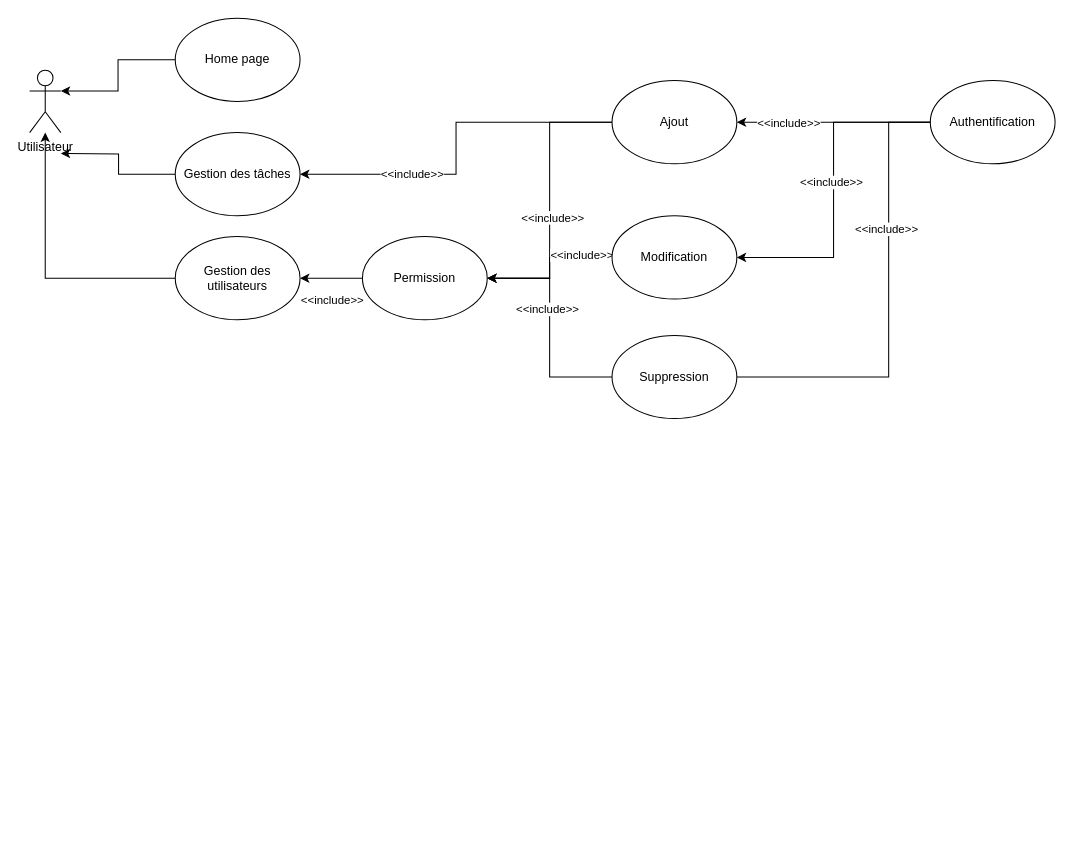
This is UML/cas-utilisation.drawio from Luca-OpenClassRooms/project_8, a draw.io file, before an edit. Source tidied: cells renumbered, new cells numbered last; positions are measured from the earlier drawing's top-left corner, leaving out a move shared by most shapes. Both pictures are drawn from the tidied source at 104%, with x=0, y=0 at pixel (29, 18).
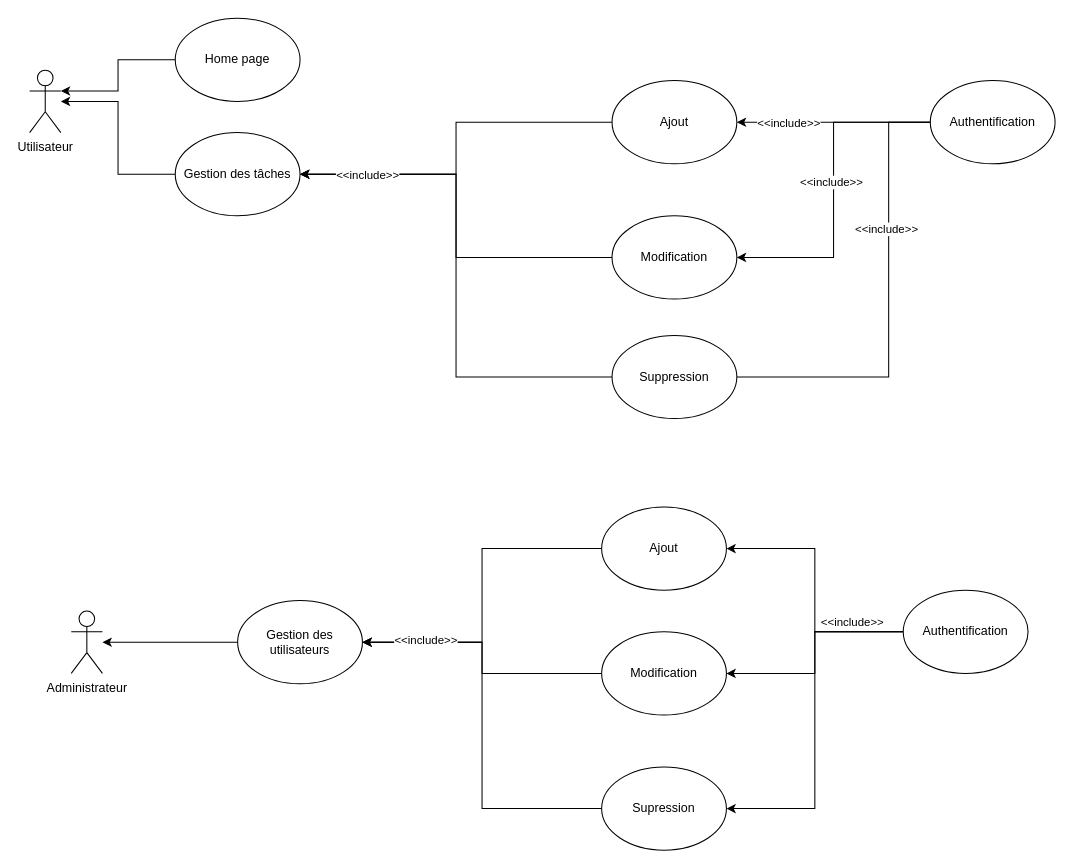
The same diagram, later.

The change refers to these unchanged cells:
```xml
<mxCell id="2" value="Utilisateur" style="shape=umlActor;verticalLabelPosition=bottom;verticalAlign=top;html=1;outlineConnect=0;" parent="1" vertex="1">
  <mxGeometry y="50" width="30" height="60" as="geometry" />
</mxCell>
<mxCell id="6" value="Gestion des tâches" style="ellipse;whiteSpace=wrap;html=1;" parent="1" vertex="1">
  <mxGeometry x="140" y="110" width="120" height="80" as="geometry" />
</mxCell>
<mxCell id="19" style="edgeStyle=orthogonalEdgeStyle;rounded=0;jettySize=auto;html=1;" parent="1" edge="1" source="21" target="6">
  <mxGeometry relative="1" as="geometry" />
</mxCell>
<mxCell id="21" value="Ajout" style="ellipse;whiteSpace=wrap;html=1;" parent="1" vertex="1">
  <mxGeometry x="560" y="60" width="120" height="80" as="geometry" />
</mxCell>
<mxCell id="24" value="Modification" style="ellipse;whiteSpace=wrap;html=1;" parent="1" vertex="1">
  <mxGeometry x="560" y="190" width="120" height="80" as="geometry" />
</mxCell>
<mxCell id="29" value="Suppression" style="ellipse;whiteSpace=wrap;html=1;" parent="1" vertex="1">
  <mxGeometry x="560" y="305" width="120" height="80" as="geometry" />
</mxCell>
```

Change to the diagram source:
```diff
@@
-    <mxCell id="5" style="edgeStyle=orthogonalEdgeStyle;rounded=0;jettySize=auto;html=1;" parent="1" edge="1" source="6">
-      <mxGeometry relative="1" as="geometry">
-        <mxPoint x="30" y="130" as="targetPoint" />
-      </mxGeometry>
+    <mxCell id="5" style="edgeStyle=orthogonalEdgeStyle;rounded=0;jettySize=auto;html=1;" parent="1" edge="1" source="6" target="2">
+      <mxGeometry relative="1" as="geometry" />
     </mxCell>
@@
-    <mxCell id="7" style="edgeStyle=orthogonalEdgeStyle;rounded=0;jettySize=auto;html=1;" parent="1" edge="1" source="8" target="2">
-      <mxGeometry relative="1" as="geometry" />
-    </mxCell>
+    <mxCell id="30" style="edgeStyle=orthogonalEdgeStyle;rounded=0;jettySize=auto;html=1;" parent="1" edge="1" source="8" target="34">
+      <mxGeometry relative="1" as="geometry" />
+    </mxCell>
     <mxCell id="8" value="Gestion des utilisateurs" style="ellipse;whiteSpace=wrap;html=1;" parent="1" vertex="1">
-      <mxGeometry x="140" y="210" width="120" height="80" as="geometry" />
+      <mxGeometry x="200" y="560" width="120" height="80" as="geometry" />
     </mxCell>
@@
-    <mxCell id="14" style="edgeStyle=orthogonalEdgeStyle;rounded=0;jettySize=auto;html=1;exitX=0;exitY=0.5;exitDx=0;exitDy=0;" parent="1" edge="1" source="16" target="8">
-      <mxGeometry relative="1" as="geometry" />
-    </mxCell>
-    <mxCell id="15" value="&amp;lt;&amp;lt;include&amp;gt;&amp;gt;" style="edgeLabel;html=1;align=center;verticalAlign=middle;" parent="14" vertex="1">
-      <mxGeometry x="0.2" y="3" relative="1" as="geometry">
-        <mxPoint x="6" y="17" as="offset" />
-      </mxGeometry>
-    </mxCell>
-    <mxCell id="16" value="Permission" style="ellipse;whiteSpace=wrap;html=1;" parent="1" vertex="1">
-      <mxGeometry x="320" y="210" width="120" height="80" as="geometry" />
-    </mxCell>
-    <mxCell id="17" style="edgeStyle=orthogonalEdgeStyle;rounded=0;jettySize=auto;html=1;entryX=1;entryY=0.5;entryDx=0;entryDy=0;" parent="1" edge="1" source="21" target="16">
-      <mxGeometry relative="1" as="geometry" />
-    </mxCell>
-    <mxCell id="18" value="&amp;lt;&amp;lt;include&amp;gt;&amp;gt;" style="edgeLabel;html=1;align=center;verticalAlign=middle;" parent="17" vertex="1">
-      <mxGeometry x="0.12" y="2" relative="1" as="geometry" />
-    </mxCell>
@@
-    <mxCell id="20" value="&amp;lt;&amp;lt;include&amp;gt;&amp;gt;" style="edgeLabel;html=1;align=center;verticalAlign=middle;" parent="19" vertex="1">
-      <mxGeometry x="0.39" y="-1" relative="1" as="geometry" />
-    </mxCell>
@@
-    <mxCell id="22" style="edgeStyle=orthogonalEdgeStyle;rounded=0;jettySize=auto;html=1;" parent="1" edge="1" source="24" target="16">
-      <mxGeometry relative="1" as="geometry" />
-    </mxCell>
-    <mxCell id="23" value="&amp;lt;&amp;lt;include&amp;gt;&amp;gt;" style="edgeLabel;html=1;align=center;verticalAlign=middle;" parent="22" vertex="1">
-      <mxGeometry x="-0.57" y="-3" relative="1" as="geometry" />
-    </mxCell>
+    <mxCell id="31" style="edgeStyle=orthogonalEdgeStyle;rounded=0;jettySize=auto;html=1;entryX=1;entryY=0.5;entryDx=0;entryDy=0;" parent="1" edge="1" source="24" target="6">
+      <mxGeometry relative="1" as="geometry" />
+    </mxCell>
@@
-    <mxCell id="27" style="edgeStyle=orthogonalEdgeStyle;rounded=0;jettySize=auto;html=1;entryX=1;entryY=0.5;entryDx=0;entryDy=0;" parent="1" edge="1" source="29" target="16">
-      <mxGeometry relative="1" as="geometry" />
-    </mxCell>
-    <mxCell id="28" value="&amp;lt;&amp;lt;include&amp;gt;&amp;gt;" style="edgeLabel;html=1;align=center;verticalAlign=middle;" parent="27" vertex="1">
-      <mxGeometry x="0.17" y="3" relative="1" as="geometry" />
-    </mxCell>
+    <mxCell id="32" style="edgeStyle=orthogonalEdgeStyle;rounded=0;jettySize=auto;html=1;entryX=1;entryY=0.5;entryDx=0;entryDy=0;" parent="1" edge="1" source="29" target="6">
+      <mxGeometry relative="1" as="geometry" />
+    </mxCell>
+    <mxCell id="33" value="&amp;lt;&amp;lt;include&amp;gt;&amp;gt;" style="edgeLabel;html=1;align=center;verticalAlign=middle;" parent="32" vertex="1">
+      <mxGeometry x="0.74" relative="1" as="geometry" />
+    </mxCell>
@@
+    <mxCell id="34" value="Administrateur" style="shape=umlActor;verticalLabelPosition=bottom;verticalAlign=top;html=1;outlineConnect=0;" parent="1" vertex="1">
+      <mxGeometry x="40" y="570" width="30" height="60" as="geometry" />
+    </mxCell>
+    <mxCell id="35" style="edgeStyle=orthogonalEdgeStyle;rounded=0;jettySize=auto;html=1;" parent="1" edge="1" source="39" target="41">
+      <mxGeometry relative="1" as="geometry" />
+    </mxCell>
+    <mxCell id="36" style="edgeStyle=orthogonalEdgeStyle;rounded=0;jettySize=auto;html=1;entryX=1;entryY=0.5;entryDx=0;entryDy=0;" parent="1" edge="1" source="39" target="43">
+      <mxGeometry relative="1" as="geometry" />
+    </mxCell>
+    <mxCell id="37" value="&amp;lt;&amp;lt;include&amp;gt;&amp;gt;" style="edgeLabel;html=1;align=center;verticalAlign=middle;" parent="36" vertex="1">
+      <mxGeometry x="-0.47" y="-2" relative="1" as="geometry">
+        <mxPoint x="6" y="-8" as="offset" />
+      </mxGeometry>
+    </mxCell>
+    <mxCell id="38" style="edgeStyle=orthogonalEdgeStyle;rounded=0;jettySize=auto;html=1;entryX=1;entryY=0.5;entryDx=0;entryDy=0;" parent="1" edge="1" source="39" target="46">
+      <mxGeometry relative="1" as="geometry" />
+    </mxCell>
+    <mxCell id="39" value="Authentification" style="ellipse;whiteSpace=wrap;html=1;" parent="1" vertex="1">
+      <mxGeometry x="840" y="550" width="120" height="80" as="geometry" />
+    </mxCell>
+    <mxCell id="40" style="edgeStyle=orthogonalEdgeStyle;rounded=0;jettySize=auto;html=1;entryX=1;entryY=0.5;entryDx=0;entryDy=0;" parent="1" edge="1" source="41" target="8">
+      <mxGeometry relative="1" as="geometry" />
+    </mxCell>
+    <mxCell id="41" value="Ajout" style="ellipse;whiteSpace=wrap;html=1;" parent="1" vertex="1">
+      <mxGeometry x="550" y="470" width="120" height="80" as="geometry" />
+    </mxCell>
+    <mxCell id="42" style="edgeStyle=orthogonalEdgeStyle;rounded=0;jettySize=auto;html=1;" parent="1" edge="1" source="43" target="8">
+      <mxGeometry relative="1" as="geometry" />
+    </mxCell>
+    <mxCell id="43" value="Modification" style="ellipse;whiteSpace=wrap;html=1;" parent="1" vertex="1">
+      <mxGeometry x="550" y="590" width="120" height="80" as="geometry" />
+    </mxCell>
+    <mxCell id="44" style="edgeStyle=orthogonalEdgeStyle;rounded=0;jettySize=auto;html=1;entryX=1;entryY=0.5;entryDx=0;entryDy=0;" parent="1" edge="1" source="46" target="8">
+      <mxGeometry relative="1" as="geometry" />
+    </mxCell>
+    <mxCell id="45" value="&amp;lt;&amp;lt;include&amp;gt;&amp;gt;" style="edgeLabel;html=1;align=center;verticalAlign=middle;" parent="44" vertex="1">
+      <mxGeometry x="0.69" y="-3" relative="1" as="geometry" />
+    </mxCell>
+    <mxCell id="46" value="Supression" style="ellipse;whiteSpace=wrap;html=1;" parent="1" vertex="1">
+      <mxGeometry x="550" y="720" width="120" height="80" as="geometry" />
+    </mxCell>
```
